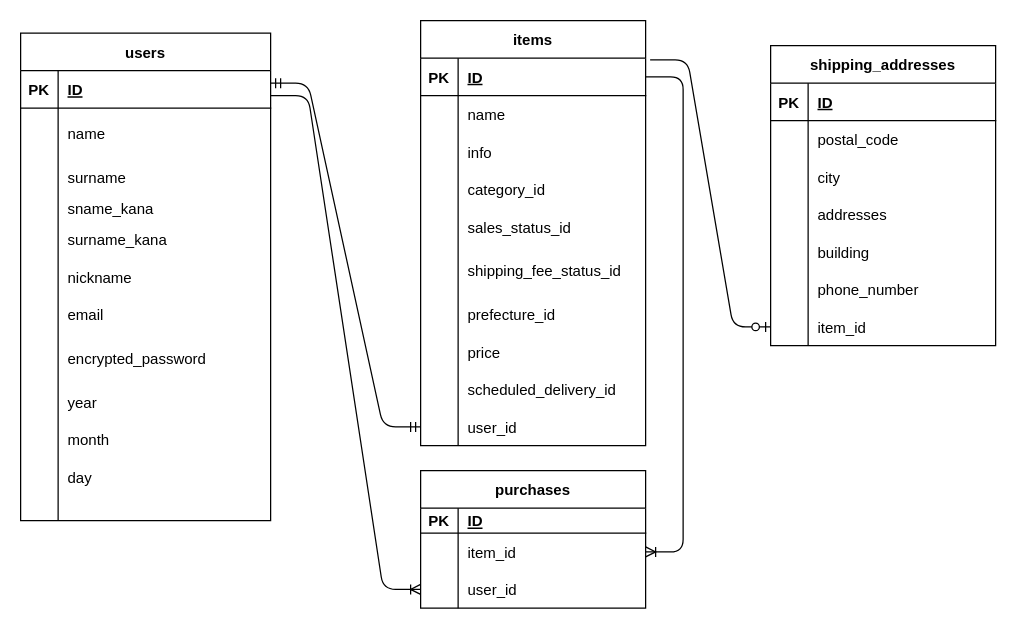
This is db.dio from kuragekamaboko/furima-38998, a draw.io file, before an edit. Source tidied: cells renumbered, new cells numbered last; positions are measured from the earlier drawing's top-left corner, leaving out a move shared by most shapes. Both pictures are drawn from the tidied source at 125%, with x=0, y=0 at pixel (20, 20).
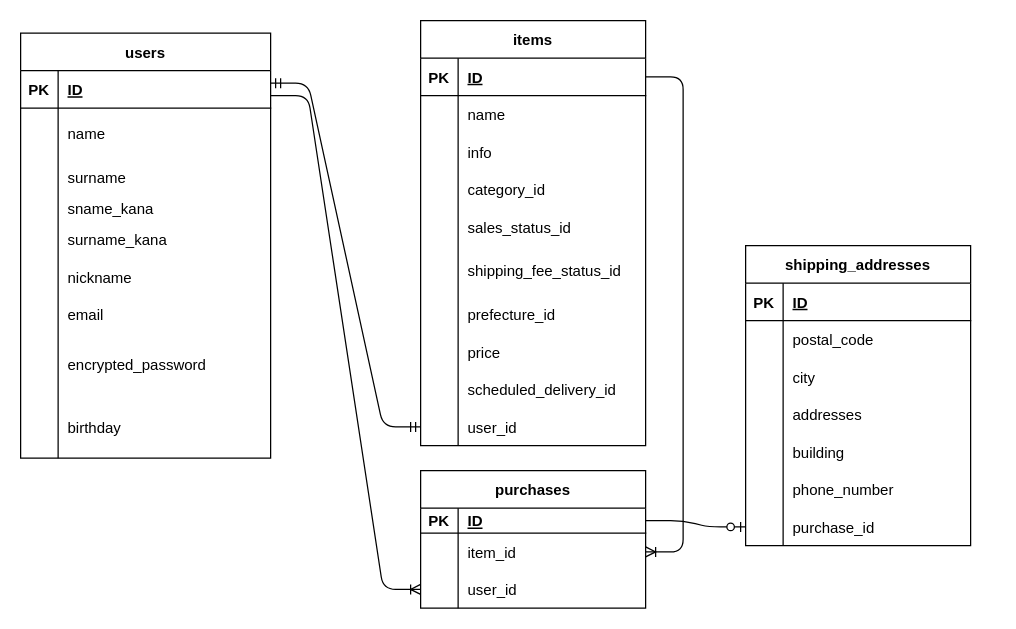
The same page after the edit.

Commit message (it also covers changes not shown here):
指摘事項の修正

Unchanged cells that the change refers to:
```xml
<mxCell id="40" style="shape=tableRow;horizontal=0;startSize=0;swimlaneHead=0;swimlaneBody=0;fillColor=none;points=[[0,0.5],[1,0.5]];portConstraint=eastwest;top=0;left=0;right=0;bottom=1;" parent="39" vertex="1">
  <mxGeometry y="30" width="180" height="30" as="geometry" />
</mxCell>
<mxCell id="89" style="shape=tableRow;horizontal=0;startSize=0;swimlaneHead=0;swimlaneBody=0;fillColor=none;points=[[0,0.5],[1,0.5]];portConstraint=eastwest;top=0;left=0;right=0;bottom=0;" parent="70" vertex="1">
  <mxGeometry y="210" width="180" height="30" as="geometry" />
</mxCell>
<mxCell id="94" style="shape=tableRow;horizontal=0;startSize=0;swimlaneHead=0;swimlaneBody=0;fillColor=none;points=[[0,0.5],[1,0.5]];portConstraint=eastwest;top=0;left=0;right=0;bottom=1;" parent="93" vertex="1">
  <mxGeometry y="30" width="180" height="20" as="geometry" />
</mxCell>
```

What changed in the source:
```diff
@@
     <mxCell id="2" value="users" style="shape=table;startSize=30;childLayout=tableLayout;rowLines=0;fontStyle=1;align=center;" parent="1" vertex="1">
-      <mxGeometry y="10" width="200" height="390" as="geometry" />
+      <mxGeometry y="10" width="200" height="340" as="geometry" />
     </mxCell>
@@
     <mxCell id="24" style="shape=tableRow;horizontal=0;startSize=0;swimlaneHead=0;swimlaneBody=0;fillColor=none;top=0;left=0;right=0;bottom=0;" parent="2" vertex="1">
-      <mxGeometry y="240" width="200" height="40" as="geometry" />
+      <mxGeometry y="240" width="200" height="50" as="geometry" />
     </mxCell>
     <mxCell id="25" style="shape=partialRectangle;fillColor=none;top=0;left=0;bottom=0;right=0;overflow=hidden;" parent="24" vertex="1">
-      <mxGeometry width="30" height="40" as="geometry" />
+      <mxGeometry width="30" height="50" as="geometry" />
     </mxCell>
     <mxCell id="26" value="encrypted_password" style="shape=partialRectangle;fillColor=none;top=0;left=0;bottom=0;right=0;align=left;spacingLeft=6;overflow=hidden;" parent="24" vertex="1">
-      <mxGeometry x="30" width="170" height="40" as="geometry" />
+      <mxGeometry x="30" width="170" height="50" as="geometry" />
     </mxCell>
-    <mxCell id="27" style="shape=tableRow;horizontal=0;startSize=0;swimlaneHead=0;swimlaneBody=0;fillColor=none;top=0;left=0;right=0;bottom=0;" parent="2" vertex="1">
-      <mxGeometry y="280" width="200" height="30" as="geometry" />
-    </mxCell>
-    <mxCell id="28" style="shape=partialRectangle;fillColor=none;top=0;left=0;bottom=0;right=0;overflow=hidden;" parent="27" vertex="1">
-      <mxGeometry width="30" height="30" as="geometry" />
-    </mxCell>
-    <mxCell id="29" value="year" style="shape=partialRectangle;fillColor=none;top=0;left=0;bottom=0;right=0;align=left;spacingLeft=6;overflow=hidden;" parent="27" vertex="1">
-      <mxGeometry x="30" width="170" height="30" as="geometry" />
-    </mxCell>
-    <mxCell id="30" style="shape=tableRow;horizontal=0;startSize=0;swimlaneHead=0;swimlaneBody=0;fillColor=none;top=0;left=0;right=0;bottom=0;" parent="2" vertex="1">
-      <mxGeometry y="310" width="200" height="30" as="geometry" />
-    </mxCell>
-    <mxCell id="31" style="shape=partialRectangle;fillColor=none;top=0;left=0;bottom=0;right=0;overflow=hidden;" parent="30" vertex="1">
-      <mxGeometry width="30" height="30" as="geometry" />
-    </mxCell>
-    <mxCell id="32" value="month" style="shape=partialRectangle;fillColor=none;top=0;left=0;bottom=0;right=0;align=left;spacingLeft=6;overflow=hidden;" parent="30" vertex="1">
-      <mxGeometry x="30" width="170" height="30" as="geometry" />
-    </mxCell>
-    <mxCell id="33" style="shape=tableRow;horizontal=0;startSize=0;swimlaneHead=0;swimlaneBody=0;fillColor=none;top=0;left=0;right=0;bottom=0;" parent="2" vertex="1">
-      <mxGeometry y="340" width="200" height="30" as="geometry" />
-    </mxCell>
-    <mxCell id="34" style="shape=partialRectangle;fillColor=none;top=0;left=0;bottom=0;right=0;overflow=hidden;" parent="33" vertex="1">
-      <mxGeometry width="30" height="30" as="geometry" />
-    </mxCell>
-    <mxCell id="35" value="day" style="shape=partialRectangle;fillColor=none;top=0;left=0;bottom=0;right=0;align=left;spacingLeft=6;overflow=hidden;" parent="33" vertex="1">
-      <mxGeometry x="30" width="170" height="30" as="geometry" />
-    </mxCell>
-    <mxCell id="36" style="shape=tableRow;horizontal=0;startSize=0;swimlaneHead=0;swimlaneBody=0;fillColor=none;top=0;left=0;right=0;bottom=0;" parent="2" vertex="1">
-      <mxGeometry y="370" width="200" height="20" as="geometry" />
-    </mxCell>
-    <mxCell id="37" style="shape=partialRectangle;fillColor=none;top=0;left=0;bottom=0;right=0;overflow=hidden;" parent="36" vertex="1">
-      <mxGeometry width="30" height="20" as="geometry" />
-    </mxCell>
-    <mxCell id="38" style="shape=partialRectangle;fillColor=none;top=0;left=0;bottom=0;right=0;align=left;spacingLeft=6;overflow=hidden;" parent="36" vertex="1">
-      <mxGeometry x="30" width="170" height="20" as="geometry" />
-    </mxCell>
+    <mxCell id="106" style="shape=tableRow;horizontal=0;startSize=0;swimlaneHead=0;swimlaneBody=0;fillColor=none;top=0;left=0;right=0;bottom=0;" parent="2" vertex="1">
+      <mxGeometry y="290" width="200" height="50" as="geometry" />
+    </mxCell>
+    <mxCell id="107" style="shape=partialRectangle;fillColor=none;top=0;left=0;bottom=0;right=0;overflow=hidden;" parent="106" vertex="1">
+      <mxGeometry width="30" height="50" as="geometry" />
+    </mxCell>
+    <mxCell id="108" value="birthday" style="shape=partialRectangle;fillColor=none;top=0;left=0;bottom=0;right=0;align=left;spacingLeft=6;overflow=hidden;" parent="106" vertex="1">
+      <mxGeometry x="30" width="170" height="50" as="geometry" />
+    </mxCell>
@@
     <mxCell id="70" value="shipping_addresses" style="shape=table;startSize=30;childLayout=tableLayout;rowLines=0;fontStyle=1;align=center;" parent="1" vertex="1">
-      <mxGeometry x="600" y="20" width="180" height="240" as="geometry" />
+      <mxGeometry x="580" y="180" width="180" height="240" as="geometry" />
     </mxCell>
@@
-    <mxCell id="91" value="item_id" style="shape=partialRectangle;fillColor=none;top=0;left=0;bottom=0;right=0;align=left;spacingLeft=6;overflow=hidden;" parent="89" vertex="1">
+    <mxCell id="91" value="purchase_id" style="shape=partialRectangle;fillColor=none;top=0;left=0;bottom=0;right=0;align=left;spacingLeft=6;overflow=hidden;" parent="89" vertex="1">
       <mxGeometry x="30" width="150" height="30" as="geometry" />
     </mxCell>
@@
-    <mxCell id="105" style="edgeStyle=entityRelationEdgeStyle;fontSize=12;html=1;endArrow=ERzeroToOne;endFill=1;entryX=0;entryY=0.5;entryDx=0;entryDy=0;exitX=1.02;exitY=0.044;exitDx=0;exitDy=0;exitPerimeter=0;" parent="1" edge="1" source="40" target="89">
+    <mxCell id="105" style="edgeStyle=entityRelationEdgeStyle;fontSize=12;html=1;endArrow=ERzeroToOne;endFill=1;entryX=0;entryY=0.5;entryDx=0;entryDy=0;exitX=1;exitY=0.5;exitDx=0;exitDy=0;" parent="1" edge="1" source="94" target="89">
       <mxGeometry relative="1" as="geometry" />
     </mxCell>
```
